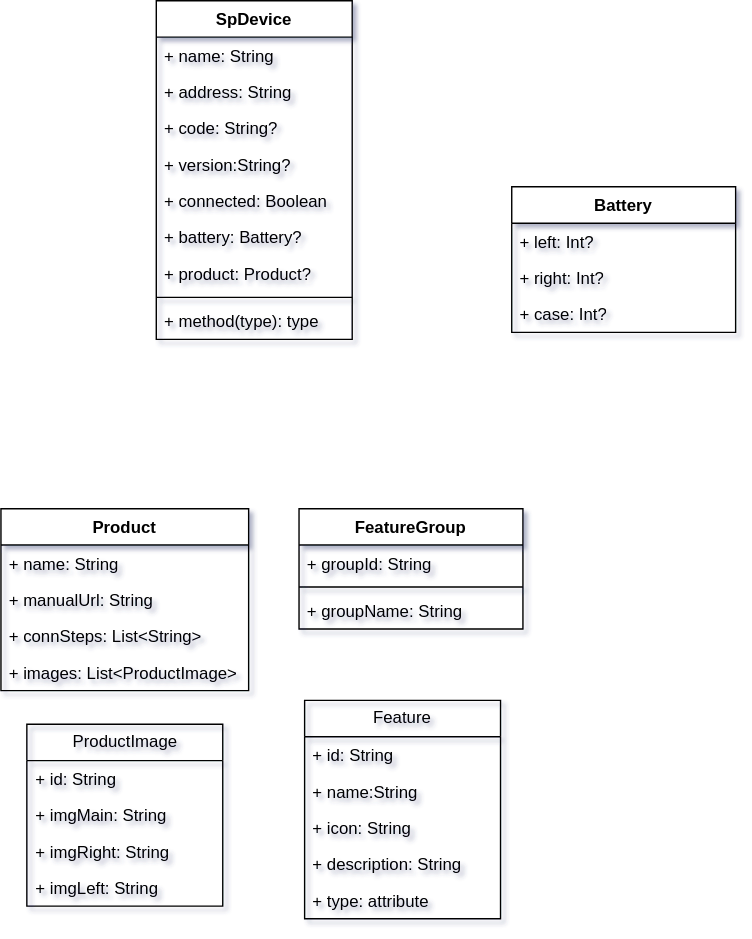
kekemao00/draw-libs keeps this draw.io diagram as 未命名绘图.drawio.svg. Above is the earlier version. Source tidied: cells renumbered, new cells last; positions are measured from the earlier drawing's top-left corner, leaving out a move shared by most shapes.
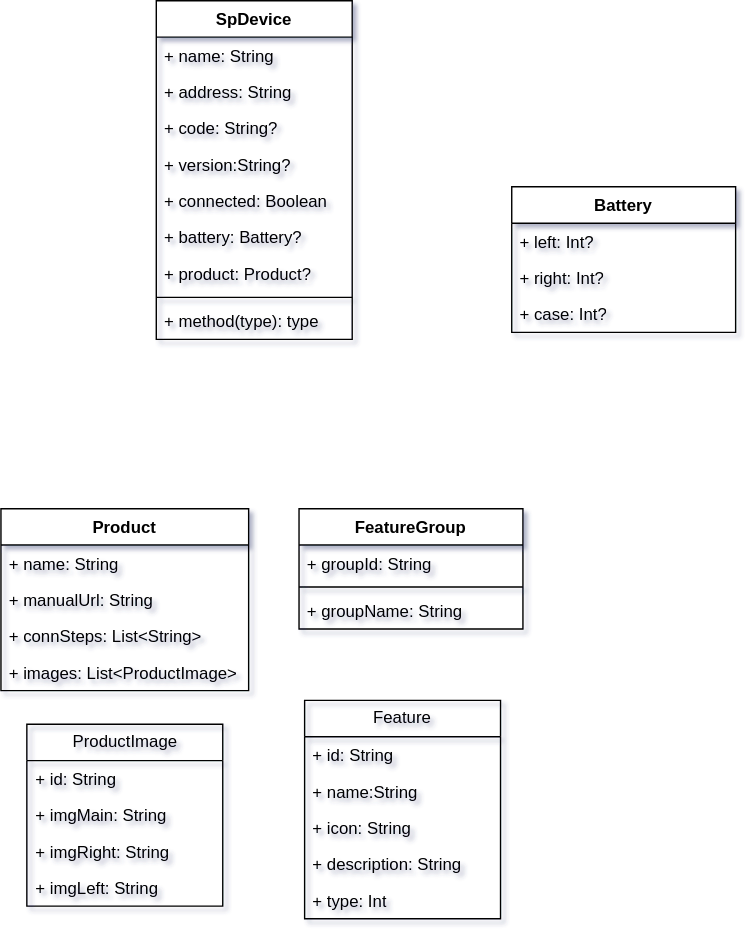
After the change.

Commit message:
更新未命名绘图.drawio.svg

Change to the diagram source:
```diff
@@ -101,7 +101,7 @@
     <mxCell id="34" value="+ description: String" style="text;strokeColor=none;fillColor=none;align=left;verticalAlign=top;spacingLeft=4;spacingRight=4;overflow=hidden;whiteSpace=wrap;html=1;" parent="30" vertex="1">
       <mxGeometry y="104" width="140" height="26" as="geometry" />
     </mxCell>
-    <mxCell id="35" value="+ type: attribute" style="text;strokeColor=none;fillColor=none;align=left;verticalAlign=top;spacingLeft=4;spacingRight=4;overflow=hidden;whiteSpace=wrap;html=1;" parent="30" vertex="1">
+    <mxCell id="35" value="+ type: Int" style="text;strokeColor=none;fillColor=none;align=left;verticalAlign=top;spacingLeft=4;spacingRight=4;overflow=hidden;whiteSpace=wrap;html=1;" parent="30" vertex="1">
       <mxGeometry y="130" width="140" height="26" as="geometry" />
     </mxCell>
   </root>
```
